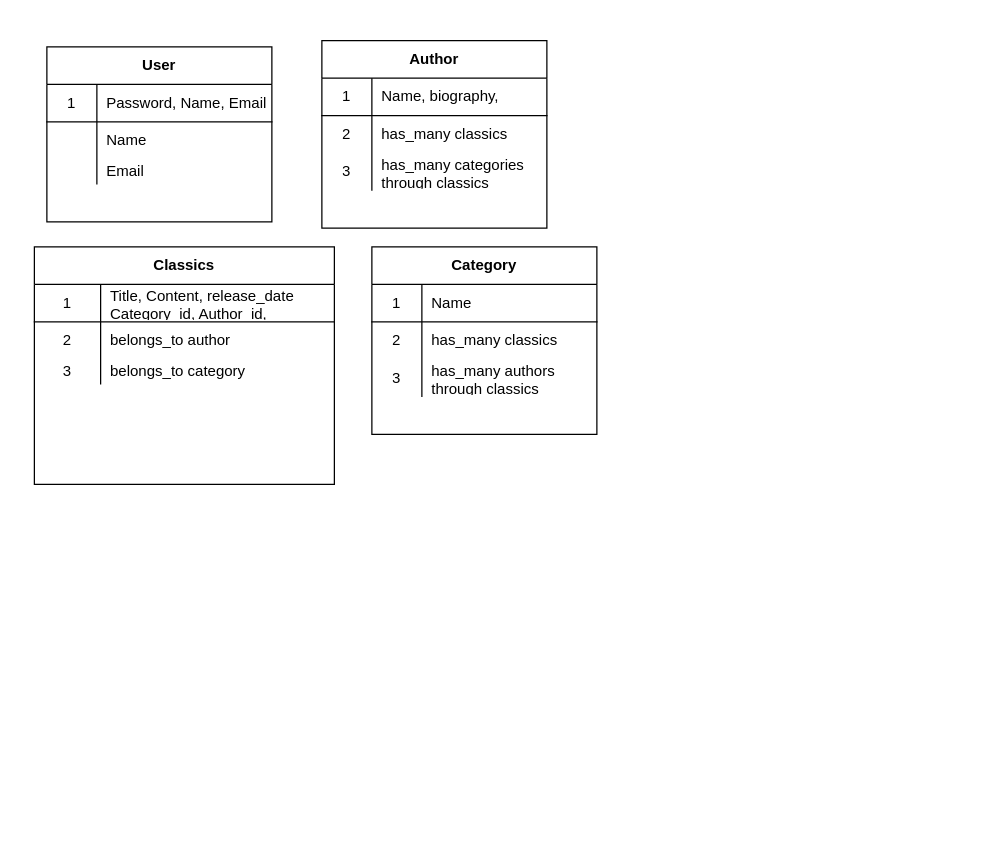
This is app/model_associations.drawio from David-P-Molina/classic_literature_yoda_translator, a draw.io file, before an edit. Source tidied: cells renumbered, new cells numbered last; positions are measured from the earlier drawing's top-left corner, leaving out a move shared by most shapes. Both pictures are drawn from the tidied source at 125%, with x=0, y=0 at pixel (34, 40).
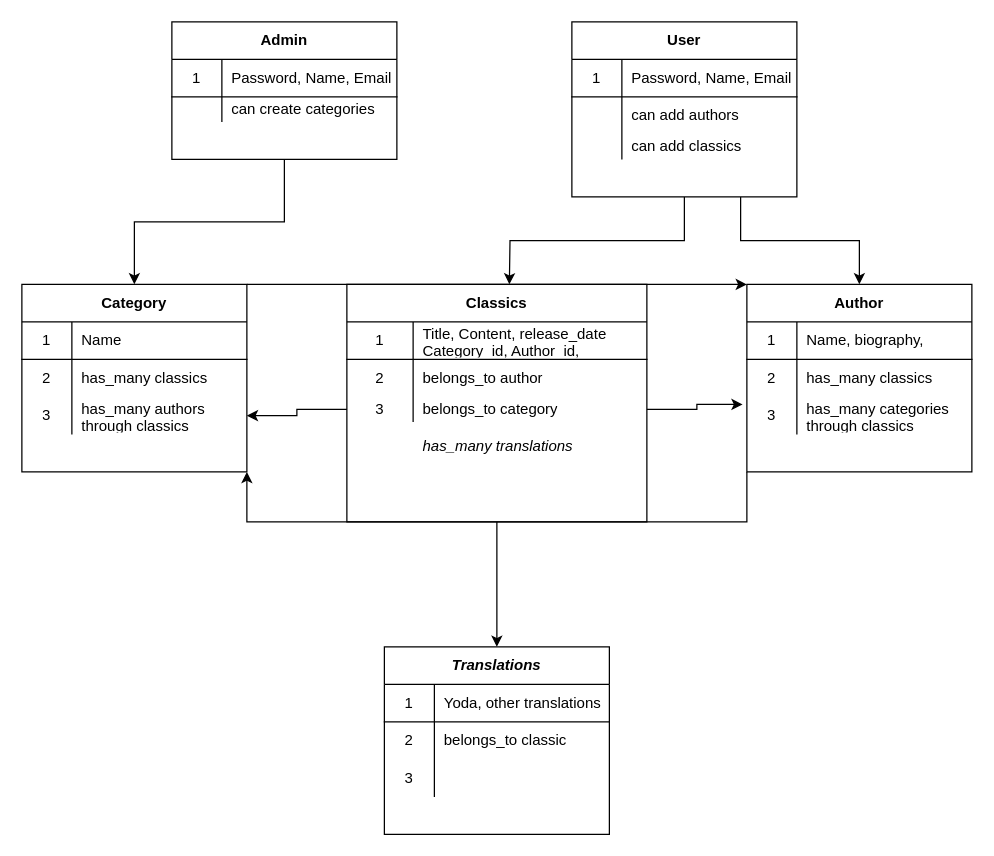
The same page after the edit.

Commit message:
Added new translation table, admin and relationships

The change refers to these unchanged cells:
```xml
<mxCell id="6" style="shape=partialRectangle;html=1;whiteSpace=wrap;fillColor=none;top=0;left=0;bottom=0;right=0;" parent="2" vertex="1">
  <mxGeometry y="60" width="180" height="30" as="geometry" />
</mxCell>
<mxCell id="9" style="shape=partialRectangle;html=1;whiteSpace=wrap;fillColor=none;top=0;left=0;bottom=0;right=0;" parent="2" vertex="1">
  <mxGeometry y="90" width="180" height="20" as="geometry" />
</mxCell>
<mxCell id="19" style="shape=partialRectangle;html=1;whiteSpace=wrap;fillColor=none;top=0;left=0;bottom=0;right=0;points=[[0,0.5],[1,0.5]];portConstraint=eastwest;" parent="12" vertex="1">
  <mxGeometry y="90" width="180" height="30" as="geometry" />
</mxCell>
<mxCell id="29" style="shape=partialRectangle;html=1;whiteSpace=wrap;fillColor=none;top=0;left=0;bottom=0;right=0;points=[[0,0.5],[1,0.5]];portConstraint=eastwest;" parent="22" vertex="1">
  <mxGeometry y="90" width="240" height="20" as="geometry" />
</mxCell>
<mxCell id="39" style="shape=partialRectangle;html=1;whiteSpace=wrap;fillColor=none;top=0;left=0;bottom=0;right=0;points=[[0,0.5],[1,0.5]];portConstraint=eastwest;" parent="32" vertex="1">
  <mxGeometry y="90" width="180" height="30" as="geometry" />
</mxCell>
```

What changed in the source:
```diff
@@
+    <mxCell id="42" style="edgeStyle=orthogonalEdgeStyle;rounded=0;jettySize=auto;html=1;exitX=0.5;exitY=1;exitDx=0;exitDy=0;" parent="1" edge="1" source="2">
+      <mxGeometry relative="1" as="geometry">
+        <mxPoint x="380" y="195" as="targetPoint" />
+      </mxGeometry>
+    </mxCell>
+    <mxCell id="43" style="edgeStyle=orthogonalEdgeStyle;rounded=0;jettySize=auto;html=1;exitX=0.75;exitY=1;exitDx=0;exitDy=0;entryX=0.5;entryY=0;entryDx=0;entryDy=0;" parent="1" edge="1" source="2" target="12">
+      <mxGeometry relative="1" as="geometry" />
+    </mxCell>
     <mxCell id="2" value="User" style="shape=table;html=1;whiteSpace=wrap;startSize=30;childLayout=tableLayout;rowLines=0;fontStyle=1;align=center;" parent="1" vertex="1">
-      <mxGeometry x="10" y="5" width="180" height="140" as="geometry" />
+      <mxGeometry x="430" y="-15" width="180" height="140" as="geometry" />
     </mxCell>
@@
-    <mxCell id="8" value="Name" style="shape=partialRectangle;html=1;whiteSpace=wrap;fillColor=none;top=0;left=0;bottom=0;right=0;align=left;spacingLeft=6;overflow=hidden;" parent="6" vertex="1">
+    <mxCell id="8" value="can add authors" style="shape=partialRectangle;html=1;whiteSpace=wrap;fillColor=none;top=0;left=0;bottom=0;right=0;align=left;spacingLeft=6;overflow=hidden;" parent="6" vertex="1">
       <mxGeometry x="40" width="140" height="30" as="geometry" />
     </mxCell>
@@
-    <mxCell id="11" value="Email" style="shape=partialRectangle;html=1;whiteSpace=wrap;fillColor=none;top=0;left=0;bottom=0;right=0;align=left;spacingLeft=6;overflow=hidden;" parent="9" vertex="1">
+    <mxCell id="11" value="can add classics" style="shape=partialRectangle;html=1;whiteSpace=wrap;fillColor=none;top=0;left=0;bottom=0;right=0;align=left;spacingLeft=6;overflow=hidden;" parent="9" vertex="1">
       <mxGeometry x="40" width="140" height="20" as="geometry" />
     </mxCell>
+    <mxCell id="44" style="edgeStyle=orthogonalEdgeStyle;rounded=0;jettySize=auto;html=1;exitX=0;exitY=1;exitDx=0;exitDy=0;entryX=1;entryY=1;entryDx=0;entryDy=0;" parent="1" edge="1" source="12" target="32">
+      <mxGeometry relative="1" as="geometry">
+        <Array as="points">
+          <mxPoint x="570" y="385" />
+          <mxPoint x="170" y="385" />
+        </Array>
+      </mxGeometry>
+    </mxCell>
     <mxCell id="12" value="Author" style="shape=table;html=1;whiteSpace=wrap;startSize=30;childLayout=tableLayout;rowLines=0;fontStyle=1;align=center;" parent="1" vertex="1">
-      <mxGeometry x="230" width="180" height="150" as="geometry" />
+      <mxGeometry x="570" y="195" width="180" height="150" as="geometry" />
     </mxCell>
@@
+    <mxCell id="45" style="edgeStyle=orthogonalEdgeStyle;rounded=0;jettySize=auto;html=1;exitX=0.5;exitY=1;exitDx=0;exitDy=0;entryX=0.5;entryY=0;entryDx=0;entryDy=0;" parent="1" edge="1" source="22" target="47">
+      <mxGeometry relative="1" as="geometry" />
+    </mxCell>
     <mxCell id="22" value="Classics" style="shape=table;html=1;whiteSpace=wrap;startSize=30;childLayout=tableLayout;rowLines=0;fontStyle=1;align=center;" parent="1" vertex="1">
-      <mxGeometry y="165" width="240" height="190" as="geometry" />
+      <mxGeometry x="250" y="195" width="240" height="190" as="geometry" />
     </mxCell>
@@
+    <mxCell id="46" style="edgeStyle=orthogonalEdgeStyle;rounded=0;jettySize=auto;html=1;exitX=1;exitY=0;exitDx=0;exitDy=0;entryX=0;entryY=0;entryDx=0;entryDy=0;" parent="1" edge="1" source="32" target="12">
+      <mxGeometry relative="1" as="geometry">
+        <Array as="points">
+          <mxPoint x="290" y="195" />
+          <mxPoint x="290" y="195" />
+        </Array>
+      </mxGeometry>
+    </mxCell>
     <mxCell id="32" value="Category" style="shape=table;html=1;whiteSpace=wrap;startSize=30;childLayout=tableLayout;rowLines=0;fontStyle=1;align=center;" parent="1" vertex="1">
-      <mxGeometry x="270" y="165" width="180" height="150" as="geometry" />
+      <mxGeometry x="-10" y="195" width="180" height="150" as="geometry" />
     </mxCell>
@@
+    <mxCell id="47" value="&lt;i&gt;Translations&lt;/i&gt;" style="shape=table;html=1;whiteSpace=wrap;startSize=30;childLayout=tableLayout;rowLines=0;fontStyle=1;align=center;" parent="1" vertex="1">
+      <mxGeometry x="280" y="485" width="180" height="150" as="geometry" />
+    </mxCell>
+    <mxCell id="48" style="shape=partialRectangle;html=1;whiteSpace=wrap;fillColor=none;top=0;left=0;bottom=1;right=0;" parent="47" vertex="1">
+      <mxGeometry y="30" width="180" height="30" as="geometry" />
+    </mxCell>
+    <mxCell id="49" value="1" style="shape=partialRectangle;html=1;whiteSpace=wrap;fillColor=none;top=0;left=0;bottom=0;right=0;overflow=hidden;" parent="48" vertex="1">
+      <mxGeometry width="40" height="30" as="geometry" />
+    </mxCell>
+    <mxCell id="50" value="Yoda, other translations" style="shape=partialRectangle;html=1;whiteSpace=wrap;fillColor=none;top=0;left=0;bottom=0;right=0;align=left;spacingLeft=6;overflow=hidden;" parent="48" vertex="1">
+      <mxGeometry x="40" width="140" height="30" as="geometry" />
+    </mxCell>
+    <mxCell id="51" style="shape=partialRectangle;html=1;whiteSpace=wrap;fillColor=none;top=0;left=0;bottom=0;right=0;" parent="47" vertex="1">
+      <mxGeometry y="60" width="180" height="30" as="geometry" />
+    </mxCell>
+    <mxCell id="52" value="2" style="shape=partialRectangle;html=1;whiteSpace=wrap;fillColor=none;top=0;left=0;bottom=0;right=0;overflow=hidden;" parent="51" vertex="1">
+      <mxGeometry width="40" height="30" as="geometry" />
+    </mxCell>
+    <mxCell id="53" value="belongs_to classic" style="shape=partialRectangle;html=1;whiteSpace=wrap;fillColor=none;top=0;left=0;bottom=0;right=0;align=left;spacingLeft=6;overflow=hidden;" parent="51" vertex="1">
+      <mxGeometry x="40" width="140" height="30" as="geometry" />
+    </mxCell>
+    <mxCell id="54" style="shape=partialRectangle;html=1;whiteSpace=wrap;fillColor=none;top=0;left=0;bottom=0;right=0;" parent="47" vertex="1">
+      <mxGeometry y="90" width="180" height="30" as="geometry" />
+    </mxCell>
+    <mxCell id="55" value="3" style="shape=partialRectangle;html=1;whiteSpace=wrap;fillColor=none;top=0;left=0;bottom=0;right=0;overflow=hidden;" parent="54" vertex="1">
+      <mxGeometry width="40" height="30" as="geometry" />
+    </mxCell>
+    <mxCell id="56" style="shape=partialRectangle;html=1;whiteSpace=wrap;fillColor=none;top=0;left=0;bottom=0;right=0;align=left;spacingLeft=6;overflow=hidden;" parent="54" vertex="1">
+      <mxGeometry x="40" width="140" height="30" as="geometry" />
+    </mxCell>
+    <mxCell id="57" style="edgeStyle=orthogonalEdgeStyle;rounded=0;jettySize=auto;html=1;exitX=0.5;exitY=1;exitDx=0;exitDy=0;entryX=0.5;entryY=0;entryDx=0;entryDy=0;" parent="1" edge="1" source="58" target="32">
+      <mxGeometry relative="1" as="geometry" />
+    </mxCell>
+    <mxCell id="58" value="Admin" style="shape=table;html=1;whiteSpace=wrap;startSize=30;childLayout=tableLayout;rowLines=0;fontStyle=1;align=center;" parent="1" vertex="1">
+      <mxGeometry x="110" y="-15" width="180" height="110" as="geometry" />
+    </mxCell>
+    <mxCell id="59" style="shape=partialRectangle;html=1;whiteSpace=wrap;fillColor=none;top=0;left=0;bottom=1;right=0;" parent="58" vertex="1">
+      <mxGeometry y="30" width="180" height="30" as="geometry" />
+    </mxCell>
+    <mxCell id="60" value="1" style="shape=partialRectangle;html=1;whiteSpace=wrap;fillColor=none;top=0;left=0;bottom=0;right=0;overflow=hidden;" parent="59" vertex="1">
+      <mxGeometry width="40" height="30" as="geometry" />
+    </mxCell>
+    <mxCell id="61" value="Password, Name, Email" style="shape=partialRectangle;html=1;whiteSpace=wrap;fillColor=none;top=0;left=0;bottom=0;right=0;align=left;spacingLeft=6;overflow=hidden;" parent="59" vertex="1">
+      <mxGeometry x="40" width="140" height="30" as="geometry" />
+    </mxCell>
+    <mxCell id="62" style="shape=partialRectangle;html=1;whiteSpace=wrap;fillColor=none;top=0;left=0;bottom=0;right=0;" parent="58" vertex="1">
+      <mxGeometry y="60" width="180" height="20" as="geometry" />
+    </mxCell>
+    <mxCell id="63" style="shape=partialRectangle;html=1;whiteSpace=wrap;fillColor=none;top=0;left=0;bottom=0;right=0;overflow=hidden;" parent="62" vertex="1">
+      <mxGeometry width="40" height="20" as="geometry" />
+    </mxCell>
+    <mxCell id="64" value="can create categories" style="shape=partialRectangle;html=1;whiteSpace=wrap;fillColor=none;top=0;left=0;bottom=0;right=0;align=left;spacingLeft=6;overflow=hidden;" parent="62" vertex="1">
+      <mxGeometry x="40" width="140" height="20" as="geometry" />
+    </mxCell>
+    <mxCell id="65" style="edgeStyle=orthogonalEdgeStyle;rounded=0;jettySize=auto;html=1;exitX=0;exitY=0.5;exitDx=0;exitDy=0;entryX=1;entryY=0.5;entryDx=0;entryDy=0;" parent="1" edge="1" source="29" target="39">
+      <mxGeometry relative="1" as="geometry" />
+    </mxCell>
+    <mxCell id="66" style="edgeStyle=orthogonalEdgeStyle;rounded=0;jettySize=auto;html=1;exitX=1;exitY=0.5;exitDx=0;exitDy=0;entryX=-0.019;entryY=0.2;entryDx=0;entryDy=0;entryPerimeter=0;" parent="1" edge="1" source="29" target="19">
+      <mxGeometry relative="1" as="geometry" />
+    </mxCell>
+    <mxCell id="67" value="&lt;i&gt;has_many translations&lt;/i&gt;" style="shape=partialRectangle;html=1;whiteSpace=wrap;fillColor=none;top=0;left=0;bottom=0;right=0;align=left;spacingLeft=6;overflow=hidden;" parent="1" vertex="1">
+      <mxGeometry x="303" y="315" width="187" height="20" as="geometry" />
+    </mxCell>
```
